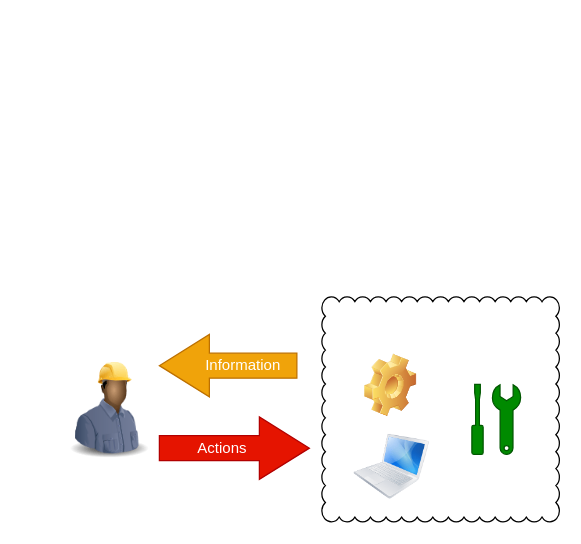
Earlier version of the draw.io diagram src/shamil-wip/_res/kh1.drawio (Pingvin235/book). Source tidied: cells renumbered, new cells numbered last; positions are measured from the earlier drawing's top-left corner, leaving out a move shared by most shapes. Both pictures are drawn from the tidied source at 125%, with x=0, y=0 at pixel (59, 296).
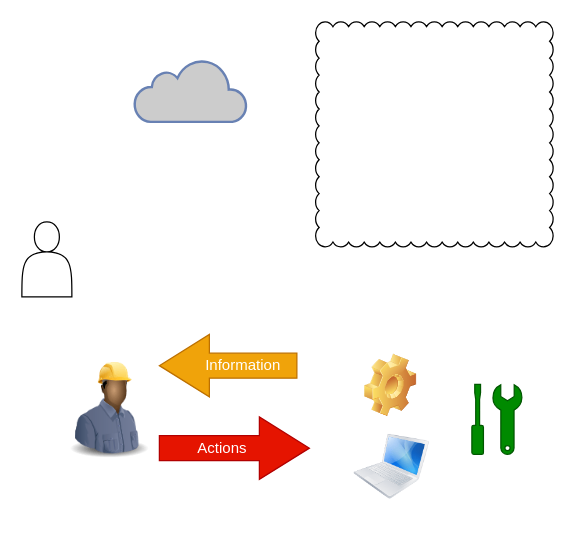
Above is the later version.

Diff of the diagram source:
```diff
@@
 <mxGraphModel>
   <root>
     <mxCell id="0" />
     <mxCell id="1" parent="0" />
     <mxCell id="2" style="whiteSpace=wrap;html=1;shape=mxgraph.basic.cloud_rect;" parent="1" vertex="1">
-      <mxGeometry x="210" width="190" height="180" as="geometry" />
+      <mxGeometry x="205" y="-220" width="190" height="180" as="geometry" />
     </mxCell>
     <mxCell id="3" style="shape=image;html=1;verticalLabelPosition=bottom;verticalAlign=top;imageAspect=0;image=img/clipart/Gear_128x128.png;" parent="1" vertex="1">
       <mxGeometry x="244.2" y="46" width="41.7" height="50" as="geometry" />
     </mxCell>
     <mxCell id="4" style="image;html=1;image=img/lib/clip_art/people/Construction_Worker_Man_Black_128x128.png;" parent="1" vertex="1">
       <mxGeometry y="50" width="80" height="80" as="geometry" />
     </mxCell>
     <mxCell id="5" style="image;html=1;image=img/lib/clip_art/computers/MacBook_128x128.png;flipH=1;" parent="1" vertex="1">
       <mxGeometry x="235" y="96" width="60" height="80" as="geometry" />
     </mxCell>
     <mxCell id="6" value="&amp;nbsp; &amp;nbsp; &amp;nbsp; &amp;nbsp;Information" style="html=1;shadow=0;dashed=0;align=center;verticalAlign=middle;shape=mxgraph.arrows2.arrow;dy=0.6;dx=40;flipH=1;notch=0;fillColor=#f0a30a;strokeColor=#BD7000;fontColor=#FFFFFF;" parent="1" vertex="1">
       <mxGeometry x="80" y="30" width="110" height="50" as="geometry" />
     </mxCell>
     <mxCell id="7" style="shadow=0;dashed=0;html=1;strokeColor=#005700;fillColor=#008a00;labelPosition=center;verticalLabelPosition=bottom;verticalAlign=top;align=center;shape=mxgraph.office.concepts.maintenance;fontColor=#ffffff;" parent="1" vertex="1">
-      <mxGeometry x="330" y="70" width="39" height="56" as="geometry" />
+      <mxGeometry x="330" y="70" width="40" height="56" as="geometry" />
     </mxCell>
     <mxCell id="8" value="Actions&amp;nbsp; &amp;nbsp; &amp;nbsp;&amp;nbsp;" style="html=1;shadow=0;dashed=0;align=center;verticalAlign=middle;shape=mxgraph.arrows2.arrow;dy=0.6;dx=40;flipH=0;notch=0;fillColor=#e51400;strokeColor=#B20000;fontColor=#ffffff;" parent="1" vertex="1">
       <mxGeometry x="80" y="96" width="120" height="50" as="geometry" />
     </mxCell>
+    <mxCell id="10" style="shape=actor;whiteSpace=wrap;html=1;" parent="1" vertex="1">
+      <mxGeometry x="-30" y="-60" width="40" height="60" as="geometry" />
+    </mxCell>
     <mxCell id="9" value="Environment" style="text;html=1;align=center;verticalAlign=middle;fillColor=none;strokeColor=none;rounded=0;fontColor=#FFFFFF;" parent="1" vertex="1">
       <mxGeometry x="260" y="10" width="80" height="20" as="geometry" />
     </mxCell>
+    <mxCell id="11" style="html=1;fillColor=#CCCCCC;strokeColor=#6881B3;gradientColor=none;gradientDirection=north;strokeWidth=2;shape=mxgraph.networks.cloud;fontColor=#ffffff;" parent="1" vertex="1">
+      <mxGeometry x="60" y="-190" width="90" height="50" as="geometry" />
+    </mxCell>
   </root>
 </mxGraphModel>
```
